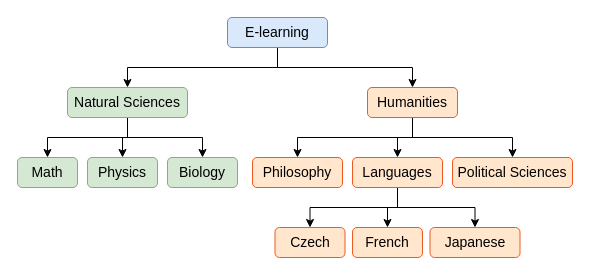
Earlier version of the draw.io diagram content_modeling/taxonomies/taxonomy_-_educational-materials-example.drawio (Kontent-ai-Learn/kontent-ai-learn-diagrams). Source tidied: cells renumbered, new cells numbered last; positions are measured from the earlier drawing's top-left corner, leaving out a move shared by most shapes. Both pictures are drawn from the tidied source at 100%, with x=0, y=0 at pixel (17, 17).
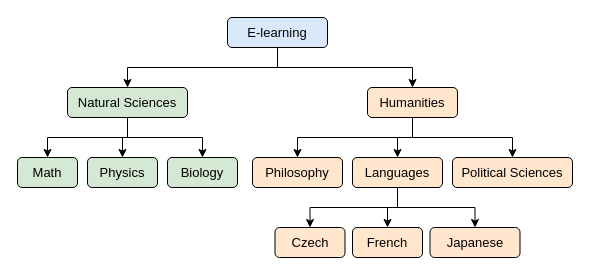
The same page after the edit.

Change to the diagram source:
```diff
@@
-    <mxCell id="2" style="edgeStyle=orthogonalEdgeStyle;rounded=0;jettySize=auto;html=1;exitX=0.5;exitY=1;exitDx=0;exitDy=0;entryX=0.5;entryY=0;entryDx=0;entryDy=0;fontSize=14;fontFamily=GT Walsheim Pro;" parent="1" edge="1" source="4" target="8">
+    <mxCell id="2" style="edgeStyle=orthogonalEdgeStyle;rounded=0;jettySize=auto;html=1;exitX=0.5;exitY=1;exitDx=0;exitDy=0;entryX=0.5;entryY=0;entryDx=0;entryDy=0;fontSize=13;fontFamily=Work Sans;" parent="1" edge="1" source="4" target="8">
       <mxGeometry relative="1" as="geometry" />
     </mxCell>
-    <mxCell id="3" style="edgeStyle=orthogonalEdgeStyle;rounded=0;jettySize=auto;html=1;exitX=0.5;exitY=1;exitDx=0;exitDy=0;entryX=0.5;entryY=0;entryDx=0;entryDy=0;fontSize=14;fontFamily=GT Walsheim Pro;" parent="1" edge="1" source="4" target="15">
+    <mxCell id="3" style="edgeStyle=orthogonalEdgeStyle;rounded=0;jettySize=auto;html=1;exitX=0.5;exitY=1;exitDx=0;exitDy=0;entryX=0.5;entryY=0;entryDx=0;entryDy=0;fontSize=13;fontFamily=Work Sans;" parent="1" edge="1" source="4" target="15">
       <mxGeometry relative="1" as="geometry" />
     </mxCell>
-    <mxCell id="4" value="E-learning" style="rounded=1;whiteSpace=wrap;html=1;fontSize=14;fontFamily=GT Walsheim Pro;fillColor=#dae8fc;strokeColor=#6c8ebf;" parent="1" vertex="1">
+    <mxCell id="4" value="E-learning" style="rounded=1;whiteSpace=wrap;html=1;fontSize=13;fontFamily=Work Sans;fillColor=#dae8fc;strokeColor=#000000;" parent="1" vertex="1">
       <mxGeometry x="210" width="100" height="30" as="geometry" />
     </mxCell>
-    <mxCell id="5" style="edgeStyle=orthogonalEdgeStyle;rounded=0;jettySize=auto;html=1;exitX=0.5;exitY=1;exitDx=0;exitDy=0;entryX=0.5;entryY=0;entryDx=0;entryDy=0;fontSize=14;fontFamily=GT Walsheim Pro;" parent="1" edge="1" source="8" target="9">
+    <mxCell id="5" style="edgeStyle=orthogonalEdgeStyle;rounded=0;jettySize=auto;html=1;exitX=0.5;exitY=1;exitDx=0;exitDy=0;entryX=0.5;entryY=0;entryDx=0;entryDy=0;fontSize=13;fontFamily=Work Sans;" parent="1" edge="1" source="8" target="9">
       <mxGeometry relative="1" as="geometry" />
     </mxCell>
-    <mxCell id="6" style="edgeStyle=orthogonalEdgeStyle;rounded=0;jettySize=auto;html=1;exitX=0.5;exitY=1;exitDx=0;exitDy=0;entryX=0.5;entryY=0;entryDx=0;entryDy=0;fontSize=14;fontFamily=GT Walsheim Pro;" parent="1" edge="1" source="8" target="10">
+    <mxCell id="6" style="edgeStyle=orthogonalEdgeStyle;rounded=0;jettySize=auto;html=1;exitX=0.5;exitY=1;exitDx=0;exitDy=0;entryX=0.5;entryY=0;entryDx=0;entryDy=0;fontSize=13;fontFamily=Work Sans;" parent="1" edge="1" source="8" target="10">
       <mxGeometry relative="1" as="geometry" />
     </mxCell>
-    <mxCell id="7" style="edgeStyle=orthogonalEdgeStyle;rounded=0;jettySize=auto;html=1;exitX=0.5;exitY=1;exitDx=0;exitDy=0;entryX=0.5;entryY=0;entryDx=0;entryDy=0;fontSize=14;fontFamily=GT Walsheim Pro;" parent="1" edge="1" source="8" target="11">
+    <mxCell id="7" style="edgeStyle=orthogonalEdgeStyle;rounded=0;jettySize=auto;html=1;exitX=0.5;exitY=1;exitDx=0;exitDy=0;entryX=0.5;entryY=0;entryDx=0;entryDy=0;fontSize=13;fontFamily=Work Sans;" parent="1" edge="1" source="8" target="11">
       <mxGeometry relative="1" as="geometry" />
     </mxCell>
-    <mxCell id="8" value="Natural Sciences" style="rounded=1;whiteSpace=wrap;html=1;fontSize=14;fontFamily=GT Walsheim Pro;fillColor=#d5e8d4;strokeColor=#82b366;" parent="1" vertex="1">
+    <mxCell id="8" value="Natural Sciences" style="rounded=1;whiteSpace=wrap;html=1;fontSize=13;fontFamily=Work Sans;fillColor=#d5e8d4;strokeColor=#000000;" parent="1" vertex="1">
       <mxGeometry x="50" y="70" width="120" height="30" as="geometry" />
     </mxCell>
-    <mxCell id="9" value="Math" style="rounded=1;whiteSpace=wrap;html=1;fontSize=14;fontFamily=GT Walsheim Pro;fillColor=#d5e8d4;strokeColor=#82b366;" parent="1" vertex="1">
+    <mxCell id="9" value="Math" style="rounded=1;whiteSpace=wrap;html=1;fontSize=13;fontFamily=Work Sans;fillColor=#d5e8d4;strokeColor=#000000;" parent="1" vertex="1">
       <mxGeometry y="140" width="60" height="30" as="geometry" />
     </mxCell>
-    <mxCell id="10" value="Physics" style="rounded=1;whiteSpace=wrap;html=1;fontSize=14;fontFamily=GT Walsheim Pro;fillColor=#d5e8d4;strokeColor=#82b366;" parent="1" vertex="1">
+    <mxCell id="10" value="Physics" style="rounded=1;whiteSpace=wrap;html=1;fontSize=13;fontFamily=Work Sans;fillColor=#d5e8d4;strokeColor=#000000;" parent="1" vertex="1">
       <mxGeometry x="70" y="140" width="70" height="30" as="geometry" />
     </mxCell>
-    <mxCell id="11" value="Biology" style="rounded=1;whiteSpace=wrap;html=1;fontSize=14;fontFamily=GT Walsheim Pro;fillColor=#d5e8d4;strokeColor=#82b366;" parent="1" vertex="1">
+    <mxCell id="11" value="Biology" style="rounded=1;whiteSpace=wrap;html=1;fontSize=13;fontFamily=Work Sans;fillColor=#d5e8d4;strokeColor=#000000;" parent="1" vertex="1">
       <mxGeometry x="150" y="140" width="70" height="30" as="geometry" />
     </mxCell>
-    <mxCell id="12" style="edgeStyle=orthogonalEdgeStyle;rounded=0;jettySize=auto;html=1;exitX=0.5;exitY=1;exitDx=0;exitDy=0;fontSize=14;fontFamily=GT Walsheim Pro;" parent="1" edge="1" source="15" target="16">
+    <mxCell id="12" style="edgeStyle=orthogonalEdgeStyle;rounded=0;jettySize=auto;html=1;exitX=0.5;exitY=1;exitDx=0;exitDy=0;fontSize=13;fontFamily=Work Sans;" parent="1" edge="1" source="15" target="16">
       <mxGeometry relative="1" as="geometry" />
     </mxCell>
-    <mxCell id="13" style="edgeStyle=orthogonalEdgeStyle;rounded=0;jettySize=auto;html=1;exitX=0.5;exitY=1;exitDx=0;exitDy=0;entryX=0.5;entryY=0;entryDx=0;entryDy=0;fontSize=14;fontFamily=GT Walsheim Pro;" parent="1" edge="1" source="15" target="20">
+    <mxCell id="13" style="edgeStyle=orthogonalEdgeStyle;rounded=0;jettySize=auto;html=1;exitX=0.5;exitY=1;exitDx=0;exitDy=0;entryX=0.5;entryY=0;entryDx=0;entryDy=0;fontSize=13;fontFamily=Work Sans;" parent="1" edge="1" source="15" target="20">
       <mxGeometry relative="1" as="geometry" />
     </mxCell>
-    <mxCell id="14" style="edgeStyle=orthogonalEdgeStyle;rounded=0;jettySize=auto;html=1;exitX=0.5;exitY=1;exitDx=0;exitDy=0;entryX=0.5;entryY=0;entryDx=0;entryDy=0;fontSize=14;fontFamily=GT Walsheim Pro;" parent="1" edge="1" source="15" target="21">
+    <mxCell id="14" style="edgeStyle=orthogonalEdgeStyle;rounded=0;jettySize=auto;html=1;exitX=0.5;exitY=1;exitDx=0;exitDy=0;entryX=0.5;entryY=0;entryDx=0;entryDy=0;fontSize=13;fontFamily=Work Sans;" parent="1" edge="1" source="15" target="21">
       <mxGeometry relative="1" as="geometry" />
     </mxCell>
-    <mxCell id="15" value="Humanities" style="rounded=1;whiteSpace=wrap;html=1;fontSize=14;fontFamily=GT Walsheim Pro;fillColor=#ffe6cc;strokeColor=#F05A22;" parent="1" vertex="1">
+    <mxCell id="15" value="Humanities" style="rounded=1;whiteSpace=wrap;html=1;fontSize=13;fontFamily=Work Sans;fillColor=#ffe6cc;strokeColor=#000000;" parent="1" vertex="1">
       <mxGeometry x="350" y="70" width="90" height="30" as="geometry" />
     </mxCell>
-    <mxCell id="16" value="Philosophy" style="rounded=1;whiteSpace=wrap;html=1;fontSize=14;fontFamily=GT Walsheim Pro;fillColor=#ffe6cc;strokeColor=#F05A22;" parent="1" vertex="1">
+    <mxCell id="16" value="Philosophy" style="rounded=1;whiteSpace=wrap;html=1;fontSize=13;fontFamily=Work Sans;fillColor=#ffe6cc;strokeColor=#000000;" parent="1" vertex="1">
       <mxGeometry x="235" y="140" width="90" height="30" as="geometry" />
     </mxCell>
-    <mxCell id="17" style="edgeStyle=orthogonalEdgeStyle;rounded=0;jettySize=auto;html=1;exitX=0.5;exitY=1;exitDx=0;exitDy=0;entryX=0.5;entryY=0;entryDx=0;entryDy=0;fontSize=14;fontFamily=GT Walsheim Pro;" parent="1" edge="1" source="20" target="22">
+    <mxCell id="17" style="edgeStyle=orthogonalEdgeStyle;rounded=0;jettySize=auto;html=1;exitX=0.5;exitY=1;exitDx=0;exitDy=0;entryX=0.5;entryY=0;entryDx=0;entryDy=0;fontSize=13;fontFamily=Work Sans;" parent="1" edge="1" source="20" target="22">
       <mxGeometry relative="1" as="geometry" />
     </mxCell>
-    <mxCell id="18" style="edgeStyle=orthogonalEdgeStyle;rounded=0;jettySize=auto;html=1;exitX=0.5;exitY=1;exitDx=0;exitDy=0;entryX=0.5;entryY=0;entryDx=0;entryDy=0;fontSize=14;fontFamily=GT Walsheim Pro;" parent="1" edge="1" source="20" target="23">
+    <mxCell id="18" style="edgeStyle=orthogonalEdgeStyle;rounded=0;jettySize=auto;html=1;exitX=0.5;exitY=1;exitDx=0;exitDy=0;entryX=0.5;entryY=0;entryDx=0;entryDy=0;fontSize=13;fontFamily=Work Sans;" parent="1" edge="1" source="20" target="23">
       <mxGeometry relative="1" as="geometry" />
     </mxCell>
-    <mxCell id="19" style="edgeStyle=orthogonalEdgeStyle;rounded=0;jettySize=auto;html=1;exitX=0.5;exitY=1;exitDx=0;exitDy=0;entryX=0.5;entryY=0;entryDx=0;entryDy=0;fontSize=14;fontFamily=GT Walsheim Pro;" parent="1" edge="1" source="20" target="24">
+    <mxCell id="19" style="edgeStyle=orthogonalEdgeStyle;rounded=0;jettySize=auto;html=1;exitX=0.5;exitY=1;exitDx=0;exitDy=0;entryX=0.5;entryY=0;entryDx=0;entryDy=0;fontSize=13;fontFamily=Work Sans;" parent="1" edge="1" source="20" target="24">
       <mxGeometry relative="1" as="geometry" />
     </mxCell>
-    <mxCell id="20" value="Languages" style="rounded=1;whiteSpace=wrap;html=1;fontSize=14;fontFamily=GT Walsheim Pro;fillColor=#ffe6cc;strokeColor=#F05A22;" parent="1" vertex="1">
+    <mxCell id="20" value="Languages" style="rounded=1;whiteSpace=wrap;html=1;fontSize=13;fontFamily=Work Sans;fillColor=#ffe6cc;strokeColor=#000000;" parent="1" vertex="1">
       <mxGeometry x="335" y="140" width="90" height="30" as="geometry" />
     </mxCell>
-    <mxCell id="21" value="Political Sciences" style="rounded=1;whiteSpace=wrap;html=1;fontSize=14;fontFamily=GT Walsheim Pro;fillColor=#ffe6cc;strokeColor=#F05A22;" parent="1" vertex="1">
+    <mxCell id="21" value="Political Sciences" style="rounded=1;whiteSpace=wrap;html=1;fontSize=13;fontFamily=Work Sans;fillColor=#ffe6cc;strokeColor=#000000;" parent="1" vertex="1">
       <mxGeometry x="435" y="140" width="120" height="30" as="geometry" />
     </mxCell>
-    <mxCell id="22" value="Czech" style="rounded=1;whiteSpace=wrap;html=1;fontSize=14;fontFamily=GT Walsheim Pro;fillColor=#ffe6cc;strokeColor=#F05A22;" parent="1" vertex="1">
+    <mxCell id="22" value="Czech" style="rounded=1;whiteSpace=wrap;html=1;fontSize=13;fontFamily=Work Sans;fillColor=#ffe6cc;strokeColor=#000000;" parent="1" vertex="1">
       <mxGeometry x="257.5" y="210" width="70" height="30" as="geometry" />
     </mxCell>
-    <mxCell id="23" value="French" style="rounded=1;whiteSpace=wrap;html=1;fontSize=14;fontFamily=GT Walsheim Pro;fillColor=#ffe6cc;strokeColor=#F05A22;" parent="1" vertex="1">
+    <mxCell id="23" value="French" style="rounded=1;whiteSpace=wrap;html=1;fontSize=13;fontFamily=Work Sans;fillColor=#ffe6cc;strokeColor=#000000;" parent="1" vertex="1">
       <mxGeometry x="335" y="210" width="70" height="30" as="geometry" />
     </mxCell>
-    <mxCell id="24" value="Japanese" style="rounded=1;whiteSpace=wrap;html=1;fontSize=14;fontFamily=GT Walsheim Pro;fillColor=#ffe6cc;strokeColor=#F05A22;" parent="1" vertex="1">
+    <mxCell id="24" value="Japanese" style="rounded=1;whiteSpace=wrap;html=1;fontSize=13;fontFamily=Work Sans;fillColor=#ffe6cc;strokeColor=#000000;" parent="1" vertex="1">
       <mxGeometry x="412.5" y="210" width="90" height="30" as="geometry" />
     </mxCell>
```
